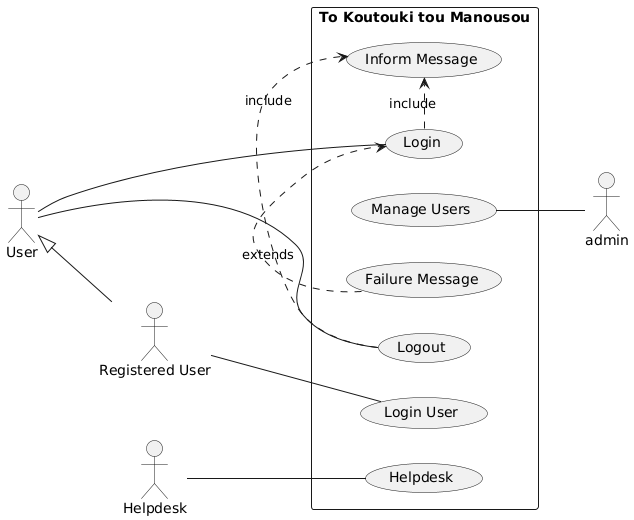
Earlier version of the PlantUML export use-case.png (softwareDesign24/collaborateUML-ucd).
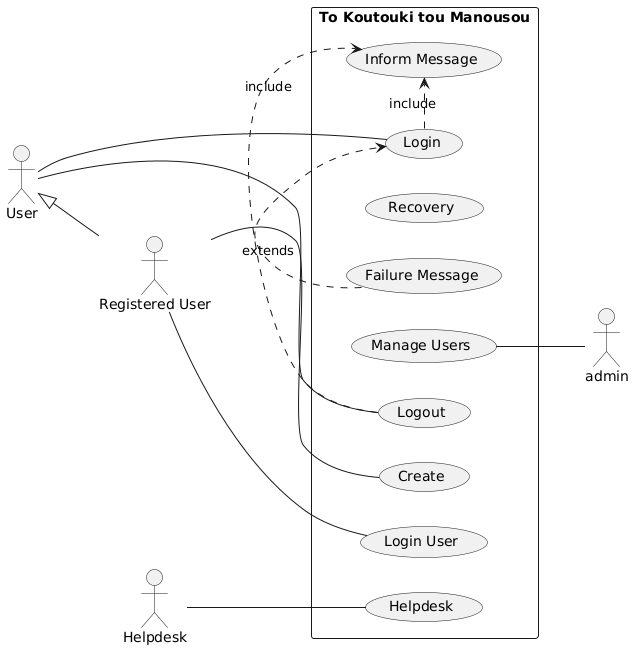
After the change.

Commit message:
Automated UML diagram generation

The edit, as a diff of the source:
```diff
@@ -18,7 +18,8 @@
 
 
 
-
+   usecase "Create" as UC13
+   usecase "Recovery" as UC14
 
 
 
@@ -40,7 +41,7 @@
 
 
 
-
+r_usr -- UC13
 
 
 
```
